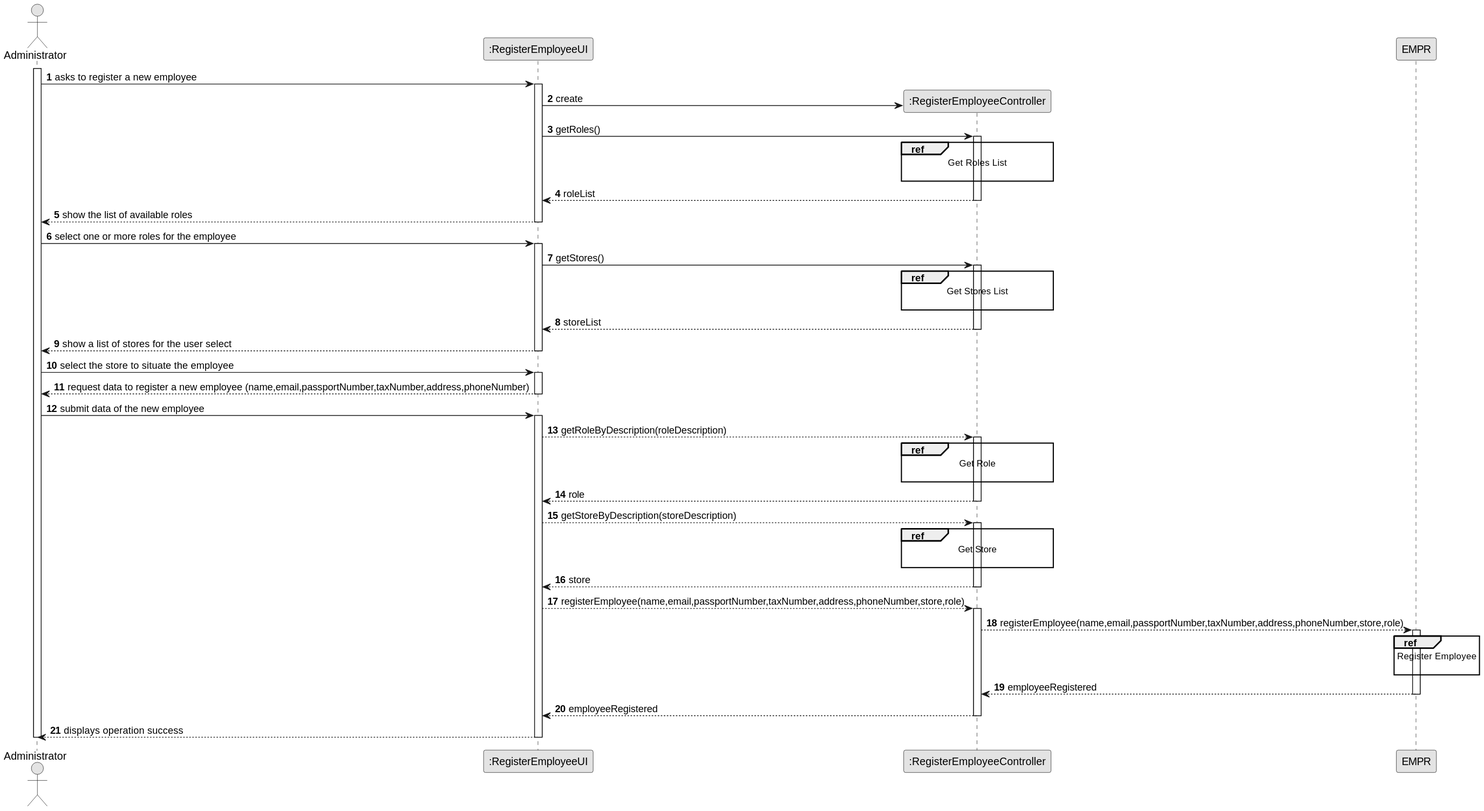
Above: docs/sprintD/us003/03.design/svg/us003-sequence-diagram-split.svg in Shushizinho/RealEstateUSASystem (PlantUML), before the change. Its diagram source:
```plantuml
@startuml
skinparam monochrome true
skinparam packageStyle rectangle
skinparam shadowing false

autonumber

actor "Administrator" as ADM
participant ":RegisterEmployeeUI" as UI
participant ":RegisterEmployeeController" as CTRL



activate ADM
   ADM -> UI : asks to register a new employee

    activate UI

    UI-> CTRL** : create

    UI -> CTRL : getRoles()
                    activate CTRL
                        ref over CTRL
                              Get Roles List

                          end ref

                        autonumber 4
                        CTRL-->UI :  roleList
                    deactivate CTRL
                    UI --> ADM : show the list of available roles


        deactivate UI

        ADM -> UI : select one or more roles for the employee


        activate UI

         UI -> CTRL : getStores()
                    activate CTRL
                        ref over CTRL
                            Get Stores List

                        end ref
                        autonumber 8
                        CTRL-->UI : storeList
                    deactivate CTRL
                    UI --> ADM : show a list of stores for the user select


        deactivate UI

    ADM -> UI : select the store to situate the employee

    activate UI

    UI --> ADM : request data to register a new employee (name,email,passportNumber,taxNumber,address,phoneNumber)


    deactivate UI

    ADM -> UI : submit data of the new employee


    activate UI

    UI --> CTRL: getRoleByDescription(roleDescription)

    activate CTRL

        ref over CTRL
            Get Role

        end ref

    CTRL --> UI: role
        deactivate CTRL


        UI --> CTRL: getStoreByDescription(storeDescription)

        activate CTRL

            ref over CTRL
                Get Store

            end ref

        CTRL --> UI: store

    deactivate CTRL
    UI --> CTRL: registerEmployee(name,email,passportNumber,taxNumber,address,phoneNumber,store,role)

    activate CTRL
    CTRL --> EMPR: registerEmployee(name,email,passportNumber,taxNumber,address,phoneNumber,store,role)

    activate EMPR


                ref over EMPR
                    Register Employee

                end ref


     EMPR --> CTRL:  employeeRegistered
     deactivate EMPR

     CTRL --> UI: employeeRegistered
     deactivate CTRL

        UI --> ADM : displays operation success

    deactivate UI
deactivate ADM
@enduml
```
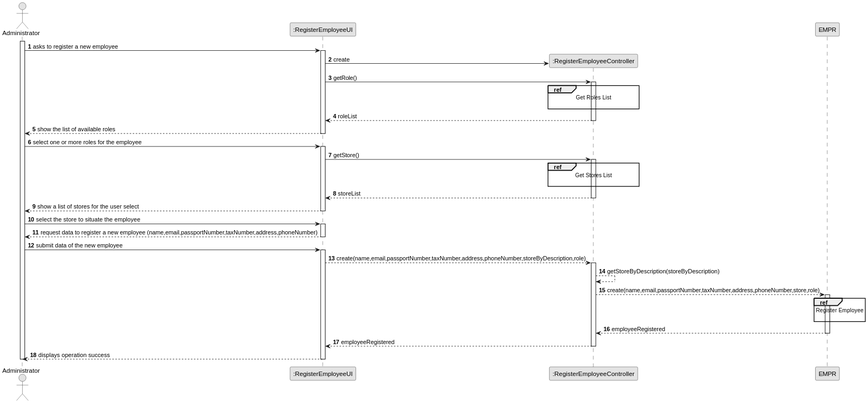
The same diagram one commit later.

Change to the diagram source:
```diff
@@ -18,7 +18,7 @@
 
     UI-> CTRL** : create
 
-    UI -> CTRL : getRoles()
+    UI -> CTRL : getRole()
                     activate CTRL
                         ref over CTRL
                               Get Roles List
@@ -38,7 +38,7 @@
 
         activate UI
 
-         UI -> CTRL : getStores()
+         UI -> CTRL : getStore()
                     activate CTRL
                         ref over CTRL
                             Get Stores List
@@ -66,35 +66,11 @@
 
     activate UI
 
-    UI --> CTRL: getRoleByDescription(roleDescription)
+     UI --> CTRL: create(name,email,passportNumber,taxNumber,address,phoneNumber,storeByDescription,role)
 
     activate CTRL
-
-        ref over CTRL
-            Get Role
-
-        end ref
-
-    CTRL --> UI: role
-        deactivate CTRL
-
-
-        UI --> CTRL: getStoreByDescription(storeDescription)
-
-        activate CTRL
-
-            ref over CTRL
-                Get Store
-
-            end ref
-
-        CTRL --> UI: store
-
-    deactivate CTRL
-    UI --> CTRL: registerEmployee(name,email,passportNumber,taxNumber,address,phoneNumber,store,role)
-
-    activate CTRL
-    CTRL --> EMPR: registerEmployee(name,email,passportNumber,taxNumber,address,phoneNumber,store,role)
+    CTRL-->CTRL: getStoreByDescription(storeByDescription)
+    CTRL --> EMPR: create(name,email,passportNumber,taxNumber,address,phoneNumber,store,role)
 
     activate EMPR
 
```
